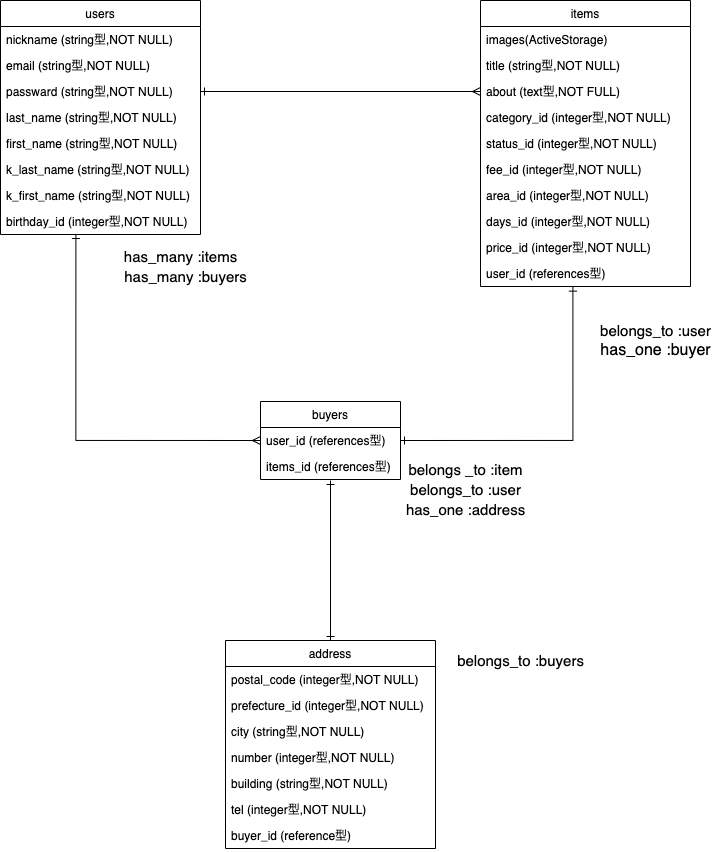
The draw.io diagram ER.drawio.png in koh26/furima-32020, before a commit. Source tidied: cells renumbered, new cells last; positions are measured from the earlier drawing's top-left corner, leaving out a move shared by most shapes. The source it was exported from:
```xml
<mxGraphModel>
  <root>
    <mxCell id="0" />
    <mxCell id="1" parent="0" />
    <mxCell id="2" value="items" style="swimlane;fontStyle=0;horizontal=1;startSize=26;fillColor=none;" parent="1" vertex="1">
      <mxGeometry x="480" width="210" height="286" as="geometry" />
    </mxCell>
    <mxCell id="3" value="images(ActiveStorage)" style="text;strokeColor=none;fillColor=none;align=left;verticalAlign=top;spacingLeft=4;spacingRight=4;overflow=hidden;" parent="2" vertex="1">
      <mxGeometry y="26" width="210" height="26" as="geometry" />
    </mxCell>
    <mxCell id="4" value="title (string型,NOT NULL)" style="text;strokeColor=none;fillColor=none;align=left;verticalAlign=top;spacingLeft=4;spacingRight=4;overflow=hidden;" parent="2" vertex="1">
      <mxGeometry y="52" width="210" height="26" as="geometry" />
    </mxCell>
    <mxCell id="5" value="about (text型,NOT FULL)" style="text;strokeColor=none;fillColor=none;align=left;verticalAlign=top;spacingLeft=4;spacingRight=4;overflow=hidden;points=[[0,0.5],[1,0.5]];portConstraint=eastwest;" parent="2" vertex="1">
      <mxGeometry y="78" width="210" height="26" as="geometry" />
    </mxCell>
    <mxCell id="6" value="category_id (integer型,NOT NULL)" style="text;strokeColor=none;fillColor=none;align=left;verticalAlign=top;spacingLeft=4;spacingRight=4;overflow=hidden;" parent="2" vertex="1">
      <mxGeometry y="104" width="210" height="26" as="geometry" />
    </mxCell>
    <mxCell id="7" value="status_id (integer型,NOT NULL)" style="text;strokeColor=none;fillColor=none;align=left;verticalAlign=top;spacingLeft=4;spacingRight=4;overflow=hidden;" parent="2" vertex="1">
      <mxGeometry y="130" width="210" height="26" as="geometry" />
    </mxCell>
    <mxCell id="8" value="fee_id (integer型,NOT NULL)" style="text;strokeColor=none;fillColor=none;align=left;verticalAlign=top;spacingLeft=4;spacingRight=4;overflow=hidden;" parent="2" vertex="1">
      <mxGeometry y="156" width="210" height="26" as="geometry" />
    </mxCell>
    <mxCell id="9" value="area_id (integer型,NOT NULL)" style="text;strokeColor=none;fillColor=none;align=left;verticalAlign=top;spacingLeft=4;spacingRight=4;overflow=hidden;" parent="2" vertex="1">
      <mxGeometry y="182" width="210" height="26" as="geometry" />
    </mxCell>
    <mxCell id="10" value="days_id (integer型,NOT NULL)" style="text;strokeColor=none;fillColor=none;align=left;verticalAlign=top;spacingLeft=4;spacingRight=4;overflow=hidden;" parent="2" vertex="1">
      <mxGeometry y="208" width="210" height="26" as="geometry" />
    </mxCell>
    <mxCell id="11" value="price_id (integer型,NOT NULL)" style="text;strokeColor=none;fillColor=none;align=left;verticalAlign=top;spacingLeft=4;spacingRight=4;overflow=hidden;" parent="2" vertex="1">
      <mxGeometry y="234" width="210" height="26" as="geometry" />
    </mxCell>
    <mxCell id="12" value="user_id (references型)" style="text;strokeColor=none;fillColor=none;align=left;verticalAlign=top;spacingLeft=4;spacingRight=4;overflow=hidden;points=[[0,0.5],[1,0.5]];portConstraint=eastwest;" parent="2" vertex="1">
      <mxGeometry y="260" width="210" height="26" as="geometry" />
    </mxCell>
    <mxCell id="13" value="users" style="swimlane;fontStyle=0;horizontal=1;startSize=26;fillColor=none;" parent="1" vertex="1">
      <mxGeometry width="200" height="234" as="geometry" />
    </mxCell>
    <mxCell id="14" value="nickname (string型,NOT NULL)" style="text;strokeColor=none;fillColor=none;align=left;verticalAlign=top;spacingLeft=4;spacingRight=4;overflow=hidden;" parent="13" vertex="1">
      <mxGeometry y="26" width="200" height="26" as="geometry" />
    </mxCell>
    <mxCell id="15" value="email (string型,NOT NULL)" style="text;strokeColor=none;fillColor=none;align=left;verticalAlign=top;spacingLeft=4;spacingRight=4;overflow=hidden;" parent="13" vertex="1">
      <mxGeometry y="52" width="200" height="26" as="geometry" />
    </mxCell>
    <mxCell id="16" value="passward (string型,NOT NULL)" style="text;strokeColor=none;fillColor=none;align=left;verticalAlign=top;spacingLeft=4;spacingRight=4;overflow=hidden;points=[[0,0.5],[1,0.5]];portConstraint=eastwest;" parent="13" vertex="1">
      <mxGeometry y="78" width="200" height="26" as="geometry" />
    </mxCell>
    <mxCell id="17" value="last_name (string型,NOT NULL)" style="text;strokeColor=none;fillColor=none;align=left;verticalAlign=top;spacingLeft=4;spacingRight=4;overflow=hidden;" parent="13" vertex="1">
      <mxGeometry y="104" width="200" height="26" as="geometry" />
    </mxCell>
    <mxCell id="18" value="first_name (string型,NOT NULL)" style="text;strokeColor=none;fillColor=none;align=left;verticalAlign=top;spacingLeft=4;spacingRight=4;overflow=hidden;" parent="13" vertex="1">
      <mxGeometry y="130" width="200" height="26" as="geometry" />
    </mxCell>
    <mxCell id="19" value="k_last_name (string型,NOT NULL)" style="text;strokeColor=none;fillColor=none;align=left;verticalAlign=top;spacingLeft=4;spacingRight=4;overflow=hidden;" parent="13" vertex="1">
      <mxGeometry y="156" width="200" height="26" as="geometry" />
    </mxCell>
    <mxCell id="20" value="k_first_name (string型,NOT NULL)" style="text;strokeColor=none;fillColor=none;align=left;verticalAlign=top;spacingLeft=4;spacingRight=4;overflow=hidden;" parent="13" vertex="1">
      <mxGeometry y="182" width="200" height="26" as="geometry" />
    </mxCell>
    <mxCell id="21" value="birthday_id (integer型,NOT NULL)" style="text;strokeColor=none;fillColor=none;align=left;verticalAlign=top;spacingLeft=4;spacingRight=4;overflow=hidden;points=[[0,0.5],[1,0.5]];portConstraint=eastwest;" parent="13" vertex="1">
      <mxGeometry y="208" width="200" height="26" as="geometry" />
    </mxCell>
    <mxCell id="22" value="buyers" style="swimlane;fontStyle=0;horizontal=1;startSize=26;fillColor=none;" parent="1" vertex="1">
      <mxGeometry x="260" y="401" width="140" height="78" as="geometry" />
    </mxCell>
    <mxCell id="23" value="user_id (references型)" style="text;strokeColor=none;fillColor=none;align=left;verticalAlign=top;spacingLeft=4;spacingRight=4;overflow=hidden;points=[[0,0.5],[1,0.5]];portConstraint=eastwest;" parent="22" vertex="1">
      <mxGeometry y="26" width="140" height="26" as="geometry" />
    </mxCell>
    <mxCell id="24" value="items_id (references型)" style="text;strokeColor=none;fillColor=none;align=left;verticalAlign=top;spacingLeft=4;spacingRight=4;overflow=hidden;points=[[0,0.5],[1,0.5]];portConstraint=eastwest;" parent="22" vertex="1">
      <mxGeometry y="52" width="140" height="26" as="geometry" />
    </mxCell>
    <mxCell id="25" style="edgeStyle=orthogonalEdgeStyle;rounded=0;jettySize=auto;html=1;exitX=1;exitY=0.5;exitDx=0;exitDy=0;entryX=0;entryY=0.5;entryDx=0;entryDy=0;startArrow=ERone;startFill=0;endArrow=ERmany;endFill=0;fontStyle=0;fontSize=10;" parent="1" edge="1" source="16" target="5">
      <mxGeometry relative="1" as="geometry" />
    </mxCell>
    <mxCell id="26" value="belongs_to :user" style="text;html=1;align=center;verticalAlign=middle;fontSize=15;" parent="1" vertex="1">
      <mxGeometry x="590" y="320" width="130" height="20" as="geometry" />
    </mxCell>
    <mxCell id="27" value="has_one :buyer" style="text;html=1;align=center;verticalAlign=middle;fontSize=16;" parent="1" vertex="1">
      <mxGeometry x="590" y="340" width="130" height="20" as="geometry" />
    </mxCell>
    <mxCell id="28" value="belongs _to :item" style="text;html=1;align=center;verticalAlign=middle;fontSize=15;" parent="1" vertex="1">
      <mxGeometry x="400" y="459" width="130" height="20" as="geometry" />
    </mxCell>
    <mxCell id="29" style="edgeStyle=orthogonalEdgeStyle;rounded=0;jettySize=auto;html=1;exitX=1;exitY=0.5;exitDx=0;exitDy=0;entryX=0.44;entryY=1.025;entryDx=0;entryDy=0;entryPerimeter=0;startArrow=ERone;startFill=0;endArrow=ERone;endFill=0;fontSize=10;" parent="1" edge="1" source="23" target="12">
      <mxGeometry relative="1" as="geometry" />
    </mxCell>
    <mxCell id="30" style="edgeStyle=orthogonalEdgeStyle;rounded=0;jettySize=auto;html=1;exitX=0;exitY=0.5;exitDx=0;exitDy=0;entryX=0.377;entryY=1;entryDx=0;entryDy=0;entryPerimeter=0;startArrow=ERmany;startFill=0;endArrow=ERone;endFill=0;fontSize=10;" parent="1" edge="1" source="23" target="21">
      <mxGeometry relative="1" as="geometry" />
    </mxCell>
    <mxCell id="31" value="has_many :items" style="text;html=1;align=center;verticalAlign=middle;fontSize=15;" parent="1" vertex="1">
      <mxGeometry x="115" y="246" width="130" height="20" as="geometry" />
    </mxCell>
    <mxCell id="32" value="has_many :buyers" style="text;html=1;align=center;verticalAlign=middle;fontSize=15;" parent="1" vertex="1">
      <mxGeometry x="115" y="266" width="140" height="20" as="geometry" />
    </mxCell>
    <mxCell id="33" style="edgeStyle=orthogonalEdgeStyle;rounded=0;jettySize=auto;html=1;exitX=0.5;exitY=0;exitDx=0;exitDy=0;entryX=0.5;entryY=1.038;entryDx=0;entryDy=0;entryPerimeter=0;startArrow=ERone;startFill=0;endArrow=ERone;endFill=0;fontSize=10;" parent="1" edge="1" source="37" target="24">
      <mxGeometry relative="1" as="geometry" />
    </mxCell>
    <mxCell id="34" value="belongs_to :user" style="text;html=1;align=center;verticalAlign=middle;fontSize=15;" parent="1" vertex="1">
      <mxGeometry x="400" y="479" width="130" height="20" as="geometry" />
    </mxCell>
    <mxCell id="35" value="has_one :address" style="text;html=1;align=center;verticalAlign=middle;fontSize=15;" parent="1" vertex="1">
      <mxGeometry x="400" y="499" width="130" height="20" as="geometry" />
    </mxCell>
    <mxCell id="36" value="belongs_to :buyers" style="text;html=1;align=center;verticalAlign=middle;fontSize=15;" parent="1" vertex="1">
      <mxGeometry x="450" y="650" width="140" height="20" as="geometry" />
    </mxCell>
    <mxCell id="37" value="address" style="swimlane;fontStyle=0;horizontal=1;startSize=26;fillColor=none;" parent="1" vertex="1">
      <mxGeometry x="225" y="640" width="210" height="208" as="geometry" />
    </mxCell>
    <mxCell id="38" value="postal_code (integer型,NOT NULL)" style="text;strokeColor=none;fillColor=none;align=left;verticalAlign=top;spacingLeft=4;spacingRight=4;overflow=hidden;" parent="37" vertex="1">
      <mxGeometry y="26" width="210" height="26" as="geometry" />
    </mxCell>
    <mxCell id="39" value="prefecture_id (integer型,NOT NULL)" style="text;strokeColor=none;fillColor=none;align=left;verticalAlign=top;spacingLeft=4;spacingRight=4;overflow=hidden;" parent="37" vertex="1">
      <mxGeometry y="52" width="210" height="26" as="geometry" />
    </mxCell>
    <mxCell id="40" value="city (string型,NOT NULL)" style="text;strokeColor=none;fillColor=none;align=left;verticalAlign=top;spacingLeft=4;spacingRight=4;overflow=hidden;" parent="37" vertex="1">
      <mxGeometry y="78" width="210" height="26" as="geometry" />
    </mxCell>
    <mxCell id="41" value="number (integer型,NOT NULL)" style="text;strokeColor=none;fillColor=none;align=left;verticalAlign=top;spacingLeft=4;spacingRight=4;overflow=hidden;" parent="37" vertex="1">
      <mxGeometry y="104" width="210" height="26" as="geometry" />
    </mxCell>
    <mxCell id="42" value="building (string型,NOT NULL)" style="text;strokeColor=none;fillColor=none;align=left;verticalAlign=top;spacingLeft=4;spacingRight=4;overflow=hidden;" parent="37" vertex="1">
      <mxGeometry y="130" width="210" height="26" as="geometry" />
    </mxCell>
    <mxCell id="43" value="tel (integer型,NOT NULL)" style="text;strokeColor=none;fillColor=none;align=left;verticalAlign=top;spacingLeft=4;spacingRight=4;overflow=hidden;" parent="37" vertex="1">
      <mxGeometry y="156" width="210" height="26" as="geometry" />
    </mxCell>
    <mxCell id="44" value="buyer_id (reference型)" style="text;strokeColor=none;fillColor=none;align=left;verticalAlign=top;spacingLeft=4;spacingRight=4;overflow=hidden;" parent="37" vertex="1">
      <mxGeometry y="182" width="210" height="26" as="geometry" />
    </mxCell>
  </root>
</mxGraphModel>
```
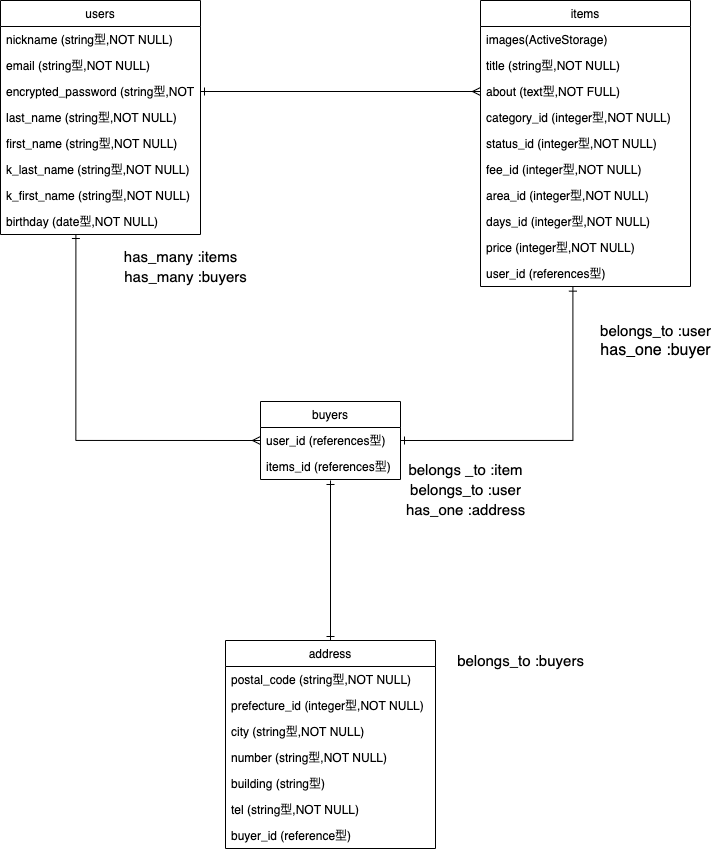
Above is the later version.

Commit message:
データベース設計修正

What changed in the source:
```diff
@@ -29,7 +29,7 @@
     <mxCell id="10" value="days_id (integer型,NOT NULL)" style="text;strokeColor=none;fillColor=none;align=left;verticalAlign=top;spacingLeft=4;spacingRight=4;overflow=hidden;" parent="2" vertex="1">
       <mxGeometry y="208" width="210" height="26" as="geometry" />
     </mxCell>
-    <mxCell id="11" value="price_id (integer型,NOT NULL)" style="text;strokeColor=none;fillColor=none;align=left;verticalAlign=top;spacingLeft=4;spacingRight=4;overflow=hidden;" parent="2" vertex="1">
+    <mxCell id="11" value="price (integer型,NOT NULL)" style="text;strokeColor=none;fillColor=none;align=left;verticalAlign=top;spacingLeft=4;spacingRight=4;overflow=hidden;" parent="2" vertex="1">
       <mxGeometry y="234" width="210" height="26" as="geometry" />
     </mxCell>
     <mxCell id="12" value="user_id (references型)" style="text;strokeColor=none;fillColor=none;align=left;verticalAlign=top;spacingLeft=4;spacingRight=4;overflow=hidden;points=[[0,0.5],[1,0.5]];portConstraint=eastwest;" parent="2" vertex="1">
@@ -44,7 +44,7 @@
     <mxCell id="15" value="email (string型,NOT NULL)" style="text;strokeColor=none;fillColor=none;align=left;verticalAlign=top;spacingLeft=4;spacingRight=4;overflow=hidden;" parent="13" vertex="1">
       <mxGeometry y="52" width="200" height="26" as="geometry" />
     </mxCell>
-    <mxCell id="16" value="passward (string型,NOT NULL)" style="text;strokeColor=none;fillColor=none;align=left;verticalAlign=top;spacingLeft=4;spacingRight=4;overflow=hidden;points=[[0,0.5],[1,0.5]];portConstraint=eastwest;" parent="13" vertex="1">
+    <mxCell id="16" value="encrypted_password (string型,NOT NULL)" style="text;strokeColor=none;fillColor=none;align=left;verticalAlign=top;spacingLeft=4;spacingRight=4;overflow=hidden;points=[[0,0.5],[1,0.5]];portConstraint=eastwest;" parent="13" vertex="1">
       <mxGeometry y="78" width="200" height="26" as="geometry" />
     </mxCell>
     <mxCell id="17" value="last_name (string型,NOT NULL)" style="text;strokeColor=none;fillColor=none;align=left;verticalAlign=top;spacingLeft=4;spacingRight=4;overflow=hidden;" parent="13" vertex="1">
@@ -59,7 +59,7 @@
     <mxCell id="20" value="k_first_name (string型,NOT NULL)" style="text;strokeColor=none;fillColor=none;align=left;verticalAlign=top;spacingLeft=4;spacingRight=4;overflow=hidden;" parent="13" vertex="1">
       <mxGeometry y="182" width="200" height="26" as="geometry" />
     </mxCell>
-    <mxCell id="21" value="birthday_id (integer型,NOT NULL)" style="text;strokeColor=none;fillColor=none;align=left;verticalAlign=top;spacingLeft=4;spacingRight=4;overflow=hidden;points=[[0,0.5],[1,0.5]];portConstraint=eastwest;" parent="13" vertex="1">
+    <mxCell id="21" value="birthday (date型,NOT NULL)" style="text;strokeColor=none;fillColor=none;align=left;verticalAlign=top;spacingLeft=4;spacingRight=4;overflow=hidden;points=[[0,0.5],[1,0.5]];portConstraint=eastwest;" parent="13" vertex="1">
       <mxGeometry y="208" width="200" height="26" as="geometry" />
     </mxCell>
     <mxCell id="22" value="buyers" style="swimlane;fontStyle=0;horizontal=1;startSize=26;fillColor=none;" parent="1" vertex="1">
@@ -110,7 +110,7 @@
     <mxCell id="37" value="address" style="swimlane;fontStyle=0;horizontal=1;startSize=26;fillColor=none;" parent="1" vertex="1">
       <mxGeometry x="225" y="640" width="210" height="208" as="geometry" />
     </mxCell>
-    <mxCell id="38" value="postal_code (integer型,NOT NULL)" style="text;strokeColor=none;fillColor=none;align=left;verticalAlign=top;spacingLeft=4;spacingRight=4;overflow=hidden;" parent="37" vertex="1">
+    <mxCell id="38" value="postal_code (string型,NOT NULL)" style="text;strokeColor=none;fillColor=none;align=left;verticalAlign=top;spacingLeft=4;spacingRight=4;overflow=hidden;" parent="37" vertex="1">
       <mxGeometry y="26" width="210" height="26" as="geometry" />
     </mxCell>
     <mxCell id="39" value="prefecture_id (integer型,NOT NULL)" style="text;strokeColor=none;fillColor=none;align=left;verticalAlign=top;spacingLeft=4;spacingRight=4;overflow=hidden;" parent="37" vertex="1">
@@ -119,13 +119,13 @@
     <mxCell id="40" value="city (string型,NOT NULL)" style="text;strokeColor=none;fillColor=none;align=left;verticalAlign=top;spacingLeft=4;spacingRight=4;overflow=hidden;" parent="37" vertex="1">
       <mxGeometry y="78" width="210" height="26" as="geometry" />
     </mxCell>
-    <mxCell id="41" value="number (integer型,NOT NULL)" style="text;strokeColor=none;fillColor=none;align=left;verticalAlign=top;spacingLeft=4;spacingRight=4;overflow=hidden;" parent="37" vertex="1">
+    <mxCell id="41" value="number (string型,NOT NULL)" style="text;strokeColor=none;fillColor=none;align=left;verticalAlign=top;spacingLeft=4;spacingRight=4;overflow=hidden;" parent="37" vertex="1">
       <mxGeometry y="104" width="210" height="26" as="geometry" />
     </mxCell>
-    <mxCell id="42" value="building (string型,NOT NULL)" style="text;strokeColor=none;fillColor=none;align=left;verticalAlign=top;spacingLeft=4;spacingRight=4;overflow=hidden;" parent="37" vertex="1">
+    <mxCell id="42" value="building (string型)" style="text;strokeColor=none;fillColor=none;align=left;verticalAlign=top;spacingLeft=4;spacingRight=4;overflow=hidden;" parent="37" vertex="1">
       <mxGeometry y="130" width="210" height="26" as="geometry" />
     </mxCell>
-    <mxCell id="43" value="tel (integer型,NOT NULL)" style="text;strokeColor=none;fillColor=none;align=left;verticalAlign=top;spacingLeft=4;spacingRight=4;overflow=hidden;" parent="37" vertex="1">
+    <mxCell id="43" value="tel (string型,NOT NULL)" style="text;strokeColor=none;fillColor=none;align=left;verticalAlign=top;spacingLeft=4;spacingRight=4;overflow=hidden;" parent="37" vertex="1">
       <mxGeometry y="156" width="210" height="26" as="geometry" />
     </mxCell>
     <mxCell id="44" value="buyer_id (reference型)" style="text;strokeColor=none;fillColor=none;align=left;verticalAlign=top;spacingLeft=4;spacingRight=4;overflow=hidden;" parent="37" vertex="1">
```
